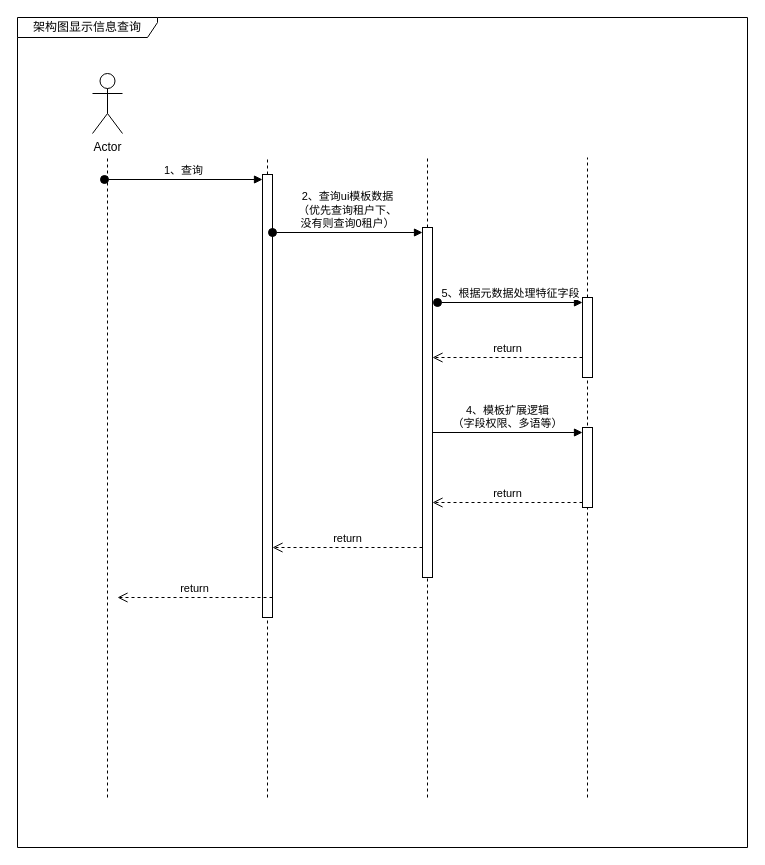
Earlier version of the draw.io diagram 用友/架构图-显示信息-查询.drawio (Super-YYQ/drawIo). Source tidied: cells renumbered, new cells numbered last; positions are measured from the earlier drawing's top-left corner, leaving out a move shared by most shapes. Both pictures are drawn from the tidied source at 100%, with x=0, y=0 at pixel (17, 17).
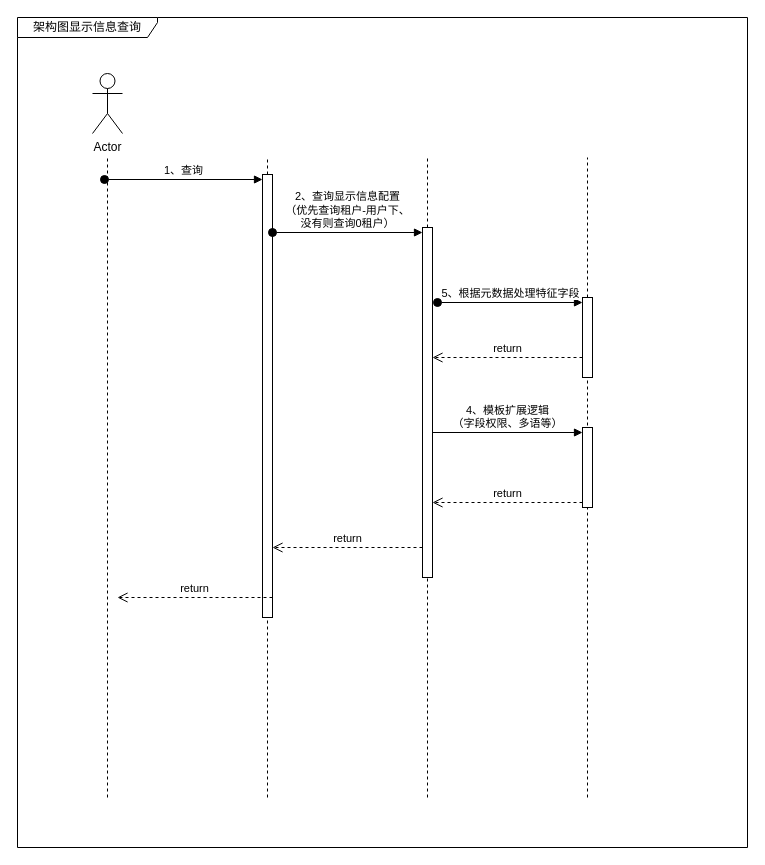
After the change.

Commit message:
更新架构图-显示信息-查询.drawio

Unchanged cells that the change refers to:
```xml
<mxCell id="11" style="html=1;points=[[0,0,0,0,5],[0,1,0,0,-5],[1,0,0,0,5],[1,1,0,0,-5]];perimeter=orthogonalPerimeter;outlineConnect=0;targetShapes=umlLifeline;portConstraint=eastwest;newEdgeStyle={&quot;curved&quot;:0,&quot;rounded&quot;:0};" parent="1" vertex="1">
  <mxGeometry x="405" y="210" width="10" height="350" as="geometry" />
</mxCell>
```

Change to the diagram source:
```diff
@@
-    <mxCell id="12" value="2、查询ui模板数据&lt;br&gt;（优先查询租户下、&lt;br&gt;没有则查询0租户）" style="html=1;verticalAlign=bottom;startArrow=oval;endArrow=block;startSize=8;curved=0;rounded=0;entryX=0;entryY=0;entryDx=0;entryDy=5;" parent="1" edge="1" target="11">
+    <mxCell id="12" value="2、查询显示信息配置&lt;br&gt;（优先查询租户-用户下、&lt;br&gt;没有则查询0租户）" style="html=1;verticalAlign=bottom;startArrow=oval;endArrow=block;startSize=8;curved=0;rounded=0;entryX=0;entryY=0;entryDx=0;entryDy=5;" parent="1" edge="1" target="11">
       <mxGeometry relative="1" as="geometry">
         <mxPoint x="255" y="215" as="sourcePoint" />
       </mxGeometry>
     </mxCell>
```
